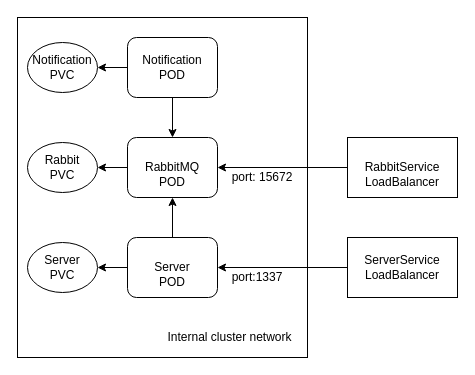
This is Application.drawio from mail4hafij/kubernetes-orchestration, a draw.io file, before an edit. Source tidied: cells renumbered, new cells numbered last; positions are measured from the earlier drawing's top-left corner, leaving out a move shared by most shapes. Both pictures are drawn from the tidied source at 100%, with x=0, y=0 at pixel (17, 17).
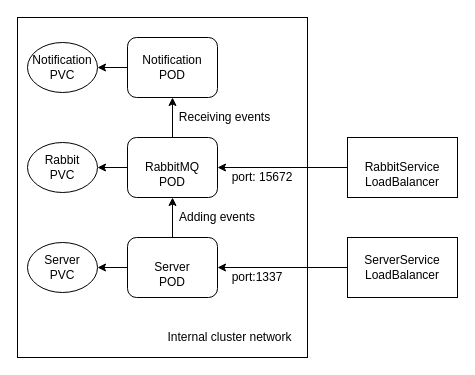
After the change.

Unchanged cells that the change refers to:
```xml
<mxCell id="4" value="&lt;div&gt;&lt;br&gt;&lt;/div&gt;&lt;div&gt;RabbitMQ&lt;/div&gt;&lt;div&gt;POD&lt;br&gt;&lt;/div&gt;" style="rounded=1;whiteSpace=wrap;html=1;" parent="1" vertex="1">
  <mxGeometry x="110" y="120" width="90" height="60" as="geometry" />
</mxCell>
<mxCell id="18" value="&lt;div&gt;Notification&lt;/div&gt;&lt;div&gt;POD&lt;br&gt;&lt;/div&gt;" style="rounded=1;whiteSpace=wrap;html=1;" parent="1" vertex="1">
  <mxGeometry x="110" y="20" width="90" height="60" as="geometry" />
</mxCell>
```

What changed in the source:
```diff
@@
-    <mxCell id="16" style="edgeStyle=orthogonalEdgeStyle;rounded=0;jettySize=auto;html=1;" parent="1" edge="1" source="18" target="4">
-      <mxGeometry relative="1" as="geometry" />
-    </mxCell>
@@
+    <mxCell id="21" style="endArrow=classic;html=1;exitX=0.5;exitY=0;exitDx=0;exitDy=0;entryX=0.5;entryY=1;entryDx=0;entryDy=0;" parent="1" edge="1" source="4" target="18">
+      <mxGeometry relative="1" as="geometry" />
+    </mxCell>
+    <mxCell id="22" value="Adding events" style="text;html=1;strokeColor=none;fillColor=none;align=center;verticalAlign=middle;whiteSpace=wrap;rounded=0;" parent="1" vertex="1">
+      <mxGeometry x="155" y="190" width="90" height="20" as="geometry" />
+    </mxCell>
+    <mxCell id="23" value="Receiving events" style="text;html=1;strokeColor=none;fillColor=none;align=center;verticalAlign=middle;whiteSpace=wrap;rounded=0;" parent="1" vertex="1">
+      <mxGeometry x="155" y="90" width="105" height="20" as="geometry" />
+    </mxCell>
```
